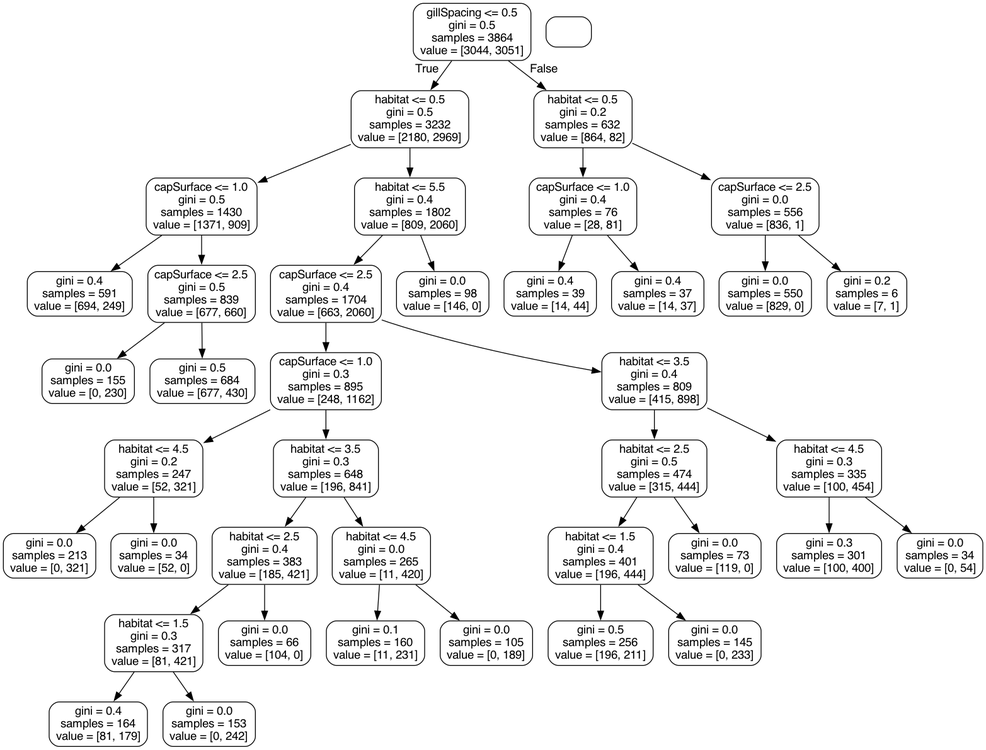
Earlier version of the Graphviz export Images/tree.png (williamhenderson02/ML-Coursework-2022). Its source is kept beside it as tree.dot.
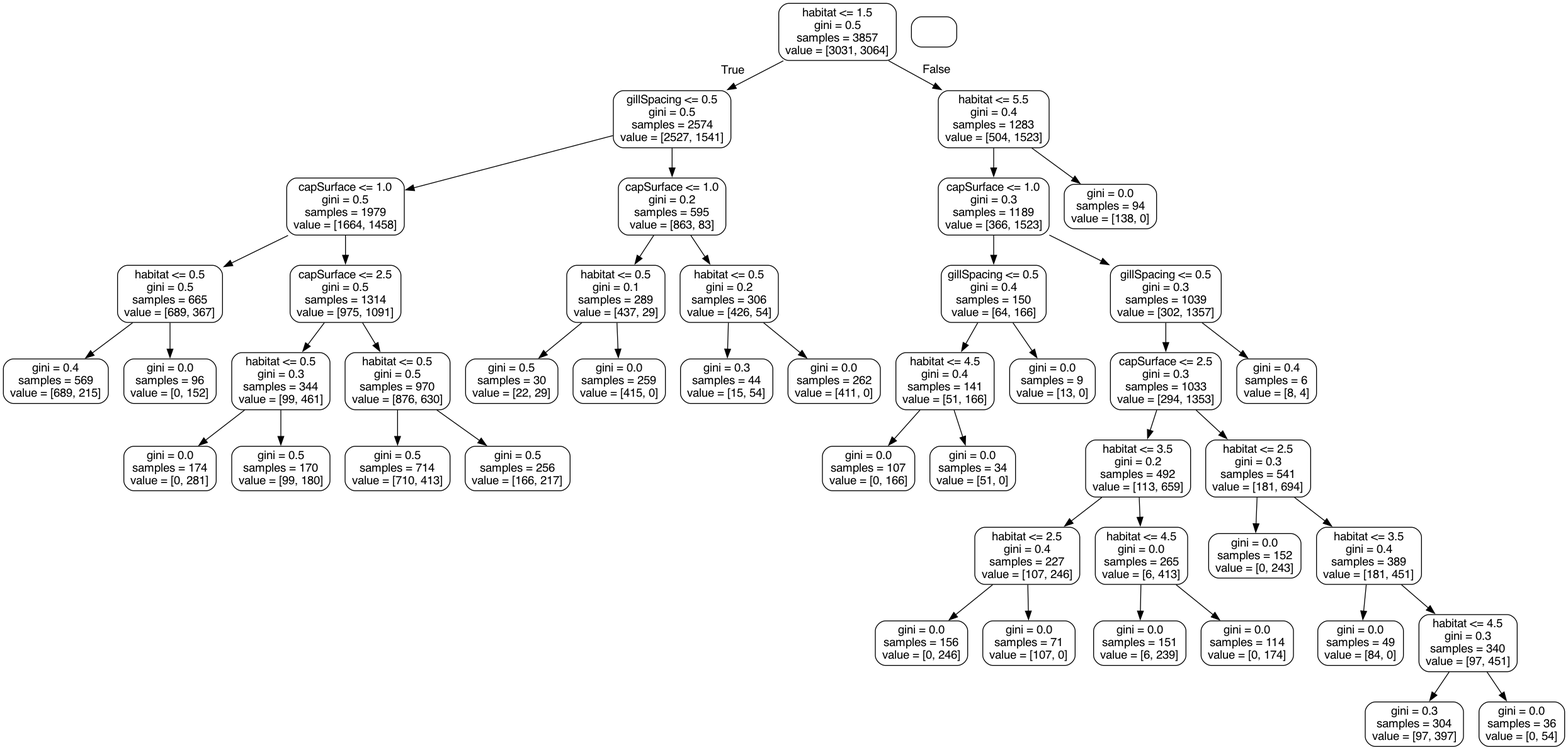
After the change.

Diff of the diagram source:
```diff
@@ -1,81 +1,93 @@
 digraph Tree {
 node [shape=box, style="rounded", color="black", fontname="helvetica"] ;
 edge [fontname="helvetica"] ;
-0 [label="gillSpacing <= 0.5\ngini = 0.5\nsamples = 3864\nvalue = [3044, 3051]"] ;
-1 [label="habitat <= 0.5\ngini = 0.5\nsamples = 3232\nvalue = [2180, 2969]"] ;
+0 [label="habitat <= 1.5\ngini = 0.5\nsamples = 3857\nvalue = [3031, 3064]"] ;
+1 [label="gillSpacing <= 0.5\ngini = 0.5\nsamples = 2574\nvalue = [2527, 1541]"] ;
 0 -> 1 [labeldistance=2.5, labelangle=45, headlabel="True"] ;
-2 [label="capSurface <= 1.0\ngini = 0.5\nsamples = 1430\nvalue = [1371, 909]"] ;
+2 [label="capSurface <= 1.0\ngini = 0.5\nsamples = 1979\nvalue = [1664, 1458]"] ;
 1 -> 2 ;
-3 [label="gini = 0.4\nsamples = 591\nvalue = [694, 249]"] ;
+3 [label="habitat <= 0.5\ngini = 0.5\nsamples = 665\nvalue = [689, 367]"] ;
 2 -> 3 ;
-4 [label="capSurface <= 2.5\ngini = 0.5\nsamples = 839\nvalue = [677, 660]"] ;
-2 -> 4 ;
-5 [label="gini = 0.0\nsamples = 155\nvalue = [0, 230]"] ;
-4 -> 5 ;
-6 [label="gini = 0.5\nsamples = 684\nvalue = [677, 430]"] ;
-4 -> 6 ;
-7 [label="habitat <= 5.5\ngini = 0.4\nsamples = 1802\nvalue = [809, 2060]"] ;
-1 -> 7 ;
-8 [label="capSurface <= 2.5\ngini = 0.4\nsamples = 1704\nvalue = [663, 2060]"] ;
+4 [label="gini = 0.4\nsamples = 569\nvalue = [689, 215]"] ;
+3 -> 4 ;
+5 [label="gini = 0.0\nsamples = 96\nvalue = [0, 152]"] ;
+3 -> 5 ;
+6 [label="capSurface <= 2.5\ngini = 0.5\nsamples = 1314\nvalue = [975, 1091]"] ;
+2 -> 6 ;
+7 [label="habitat <= 0.5\ngini = 0.3\nsamples = 344\nvalue = [99, 461]"] ;
+6 -> 7 ;
+8 [label="gini = 0.0\nsamples = 174\nvalue = [0, 281]"] ;
 7 -> 8 ;
-9 [label="capSurface <= 1.0\ngini = 0.3\nsamples = 895\nvalue = [248, 1162]"] ;
-8 -> 9 ;
-10 [label="habitat <= 4.5\ngini = 0.2\nsamples = 247\nvalue = [52, 321]"] ;
-9 -> 10 ;
-11 [label="gini = 0.0\nsamples = 213\nvalue = [0, 321]"] ;
+9 [label="gini = 0.5\nsamples = 170\nvalue = [99, 180]"] ;
+7 -> 9 ;
+10 [label="habitat <= 0.5\ngini = 0.5\nsamples = 970\nvalue = [876, 630]"] ;
+6 -> 10 ;
+11 [label="gini = 0.5\nsamples = 714\nvalue = [710, 413]"] ;
 10 -> 11 ;
-12 [label="gini = 0.0\nsamples = 34\nvalue = [52, 0]"] ;
+12 [label="gini = 0.5\nsamples = 256\nvalue = [166, 217]"] ;
 10 -> 12 ;
-13 [label="habitat <= 3.5\ngini = 0.3\nsamples = 648\nvalue = [196, 841]"] ;
-9 -> 13 ;
-14 [label="habitat <= 2.5\ngini = 0.4\nsamples = 383\nvalue = [185, 421]"] ;
+13 [label="capSurface <= 1.0\ngini = 0.2\nsamples = 595\nvalue = [863, 83]"] ;
+1 -> 13 ;
+14 [label="habitat <= 0.5\ngini = 0.1\nsamples = 289\nvalue = [437, 29]"] ;
 13 -> 14 ;
-15 [label="habitat <= 1.5\ngini = 0.3\nsamples = 317\nvalue = [81, 421]"] ;
+15 [label="gini = 0.5\nsamples = 30\nvalue = [22, 29]"] ;
 14 -> 15 ;
-16 [label="gini = 0.4\nsamples = 164\nvalue = [81, 179]"] ;
-15 -> 16 ;
-17 [label="gini = 0.0\nsamples = 153\nvalue = [0, 242]"] ;
-15 -> 17 ;
-18 [label="gini = 0.0\nsamples = 66\nvalue = [104, 0]"] ;
-14 -> 18 ;
-19 [label="habitat <= 4.5\ngini = 0.0\nsamples = 265\nvalue = [11, 420]"] ;
-13 -> 19 ;
-20 [label="gini = 0.1\nsamples = 160\nvalue = [11, 231]"] ;
-19 -> 20 ;
-21 [label="gini = 0.0\nsamples = 105\nvalue = [0, 189]"] ;
-19 -> 21 ;
-22 [label="habitat <= 3.5\ngini = 0.4\nsamples = 809\nvalue = [415, 898]"] ;
-8 -> 22 ;
-23 [label="habitat <= 2.5\ngini = 0.5\nsamples = 474\nvalue = [315, 444]"] ;
+16 [label="gini = 0.0\nsamples = 259\nvalue = [415, 0]"] ;
+14 -> 16 ;
+17 [label="habitat <= 0.5\ngini = 0.2\nsamples = 306\nvalue = [426, 54]"] ;
+13 -> 17 ;
+18 [label="gini = 0.3\nsamples = 44\nvalue = [15, 54]"] ;
+17 -> 18 ;
+19 [label="gini = 0.0\nsamples = 262\nvalue = [411, 0]"] ;
+17 -> 19 ;
+20 [label="habitat <= 5.5\ngini = 0.4\nsamples = 1283\nvalue = [504, 1523]"] ;
+0 -> 20 [labeldistance=2.5, labelangle=-45, headlabel="False"] ;
+21 [label="capSurface <= 1.0\ngini = 0.3\nsamples = 1189\nvalue = [366, 1523]"] ;
+20 -> 21 ;
+22 [label="gillSpacing <= 0.5\ngini = 0.4\nsamples = 150\nvalue = [64, 166]"] ;
+21 -> 22 ;
+23 [label="habitat <= 4.5\ngini = 0.4\nsamples = 141\nvalue = [51, 166]"] ;
 22 -> 23 ;
-24 [label="habitat <= 1.5\ngini = 0.4\nsamples = 401\nvalue = [196, 444]"] ;
+24 [label="gini = 0.0\nsamples = 107\nvalue = [0, 166]"] ;
 23 -> 24 ;
-25 [label="gini = 0.5\nsamples = 256\nvalue = [196, 211]"] ;
-24 -> 25 ;
-26 [label="gini = 0.0\nsamples = 145\nvalue = [0, 233]"] ;
-24 -> 26 ;
-27 [label="gini = 0.0\nsamples = 73\nvalue = [119, 0]"] ;
-23 -> 27 ;
-28 [label="habitat <= 4.5\ngini = 0.3\nsamples = 335\nvalue = [100, 454]"] ;
-22 -> 28 ;
-29 [label="gini = 0.3\nsamples = 301\nvalue = [100, 400]"] ;
+25 [label="gini = 0.0\nsamples = 34\nvalue = [51, 0]"] ;
+23 -> 25 ;
+26 [label="gini = 0.0\nsamples = 9\nvalue = [13, 0]"] ;
+22 -> 26 ;
+27 [label="gillSpacing <= 0.5\ngini = 0.3\nsamples = 1039\nvalue = [302, 1357]"] ;
+21 -> 27 ;
+28 [label="capSurface <= 2.5\ngini = 0.3\nsamples = 1033\nvalue = [294, 1353]"] ;
+27 -> 28 ;
+29 [label="habitat <= 3.5\ngini = 0.2\nsamples = 492\nvalue = [113, 659]"] ;
 28 -> 29 ;
-30 [label="gini = 0.0\nsamples = 34\nvalue = [0, 54]"] ;
-28 -> 30 ;
-31 [label="gini = 0.0\nsamples = 98\nvalue = [146, 0]"] ;
-7 -> 31 ;
-32 [label="habitat <= 0.5\ngini = 0.2\nsamples = 632\nvalue = [864, 82]"] ;
-0 -> 32 [labeldistance=2.5, labelangle=-45, headlabel="False"] ;
-33 [label="capSurface <= 1.0\ngini = 0.4\nsamples = 76\nvalue = [28, 81]"] ;
-32 -> 33 ;
-34 [label="gini = 0.4\nsamples = 39\nvalue = [14, 44]"] ;
+30 [label="habitat <= 2.5\ngini = 0.4\nsamples = 227\nvalue = [107, 246]"] ;
+29 -> 30 ;
+31 [label="gini = 0.0\nsamples = 156\nvalue = [0, 246]"] ;
+30 -> 31 ;
+32 [label="gini = 0.0\nsamples = 71\nvalue = [107, 0]"] ;
+30 -> 32 ;
+33 [label="habitat <= 4.5\ngini = 0.0\nsamples = 265\nvalue = [6, 413]"] ;
+29 -> 33 ;
+34 [label="gini = 0.0\nsamples = 151\nvalue = [6, 239]"] ;
 33 -> 34 ;
-35 [label="gini = 0.4\nsamples = 37\nvalue = [14, 37]"] ;
+35 [label="gini = 0.0\nsamples = 114\nvalue = [0, 174]"] ;
 33 -> 35 ;
-36 [label="capSurface <= 2.5\ngini = 0.0\nsamples = 556\nvalue = [836, 1]"] ;
-32 -> 36 ;
-37 [label="gini = 0.0\nsamples = 550\nvalue = [829, 0]"] ;
+36 [label="habitat <= 2.5\ngini = 0.3\nsamples = 541\nvalue = [181, 694]"] ;
+28 -> 36 ;
+37 [label="gini = 0.0\nsamples = 152\nvalue = [0, 243]"] ;
 36 -> 37 ;
-38 [label="gini = 0.2\nsamples = 6\nvalue = [7, 1]"] ;
+38 [label="habitat <= 3.5\ngini = 0.4\nsamples = 389\nvalue = [181, 451]"] ;
 36 -> 38 ;
+39 [label="gini = 0.0\nsamples = 49\nvalue = [84, 0]"] ;
+38 -> 39 ;
+40 [label="habitat <= 4.5\ngini = 0.3\nsamples = 340\nvalue = [97, 451]"] ;
+38 -> 40 ;
+41 [label="gini = 0.3\nsamples = 304\nvalue = [97, 397]"] ;
+40 -> 41 ;
+42 [label="gini = 0.0\nsamples = 36\nvalue = [0, 54]"] ;
+40 -> 42 ;
+43 [label="gini = 0.4\nsamples = 6\nvalue = [8, 4]"] ;
+27 -> 43 ;
+44 [label="gini = 0.0\nsamples = 94\nvalue = [138, 0]"] ;
+20 -> 44 ;
 }
```
